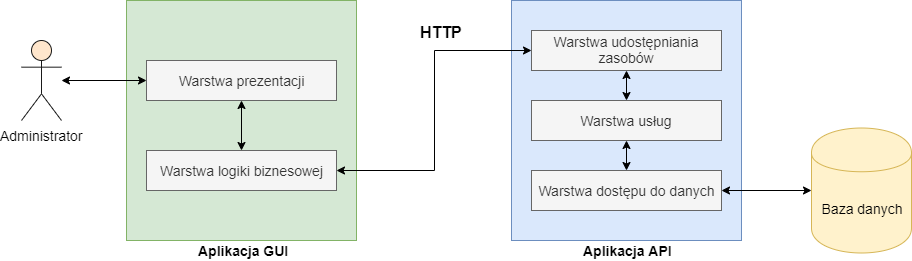
Before: docs/chapters/images/mngmt_subsystem_layers.png, a diagram exported from draw.io (adapiekarska/centralized-lock-system). Source tidied: cells renumbered, new cells last; positions are measured from the earlier drawing's top-left corner, leaving out a move shared by most shapes.
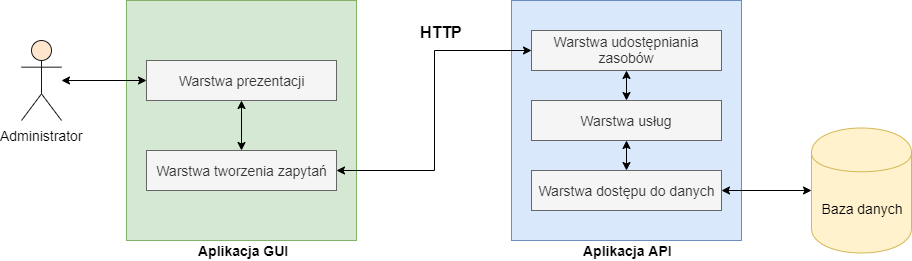
After the change.

The edit, as a diff of the source:
```diff
@@ -47,7 +47,7 @@
     <mxCell id="16" style="edgeStyle=orthogonalEdgeStyle;rounded=0;jettySize=auto;html=1;startArrow=classic;startFill=1;endArrow=classic;endFill=1;fontSize=14;" parent="1" edge="1" source="17" target="18">
       <mxGeometry relative="1" as="geometry" />
     </mxCell>
-    <mxCell id="17" value="Warstwa logiki biznesowej" style="rounded=0;whiteSpace=wrap;html=1;fontSize=14;fillColor=#f5f5f5;strokeColor=#666666;fontColor=#333333;" parent="1" vertex="1">
+    <mxCell id="17" value="Warstwa tworzenia zapytań" style="rounded=0;whiteSpace=wrap;html=1;fontSize=14;fillColor=#f5f5f5;strokeColor=#666666;fontColor=#333333;" parent="1" vertex="1">
       <mxGeometry x="125" y="150" width="190" height="40" as="geometry" />
     </mxCell>
     <mxCell id="18" value="Warstwa prezentacji" style="rounded=0;whiteSpace=wrap;html=1;fontSize=14;fillColor=#f5f5f5;strokeColor=#666666;fontColor=#333333;" parent="1" vertex="1">
```
